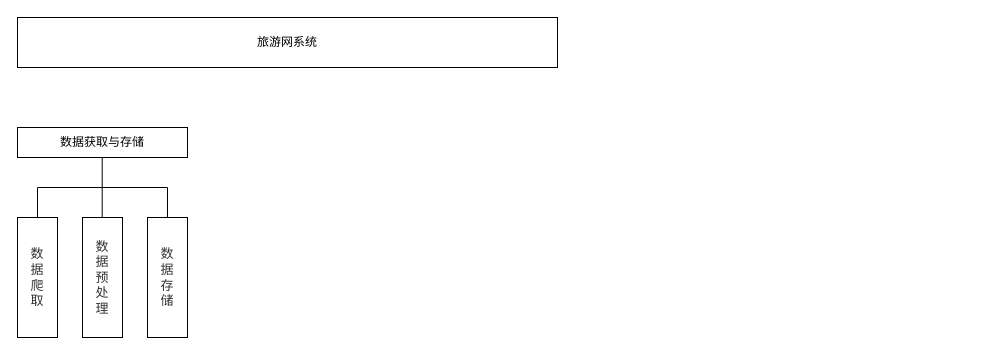
Above: 基于springboot旅游网系统设计.drawio in QingLianDuo/begraph (draw.io), before the change. Source tidied: cells renumbered, new cells numbered last; positions are measured from the earlier drawing's top-left corner, leaving out a move shared by most shapes. Both pictures are drawn from the tidied source at 100%, with x=0, y=0 at pixel (17, 17).
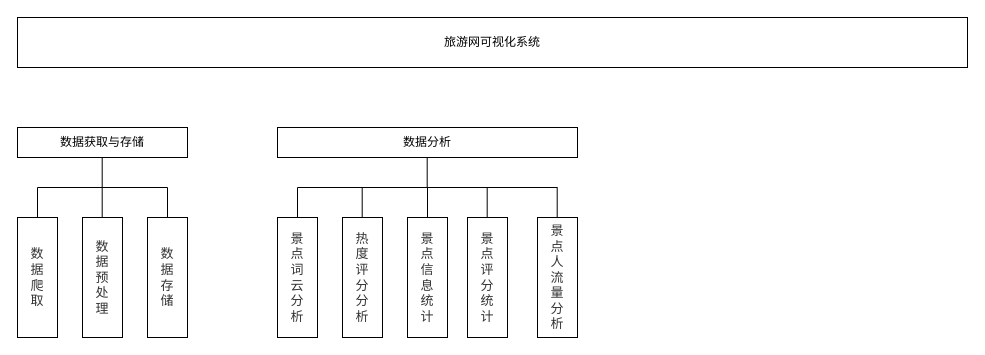
The same diagram, later.

Commit message (it also covers changes not shown here):
更新基于springboot旅游网系统设计.drawio

Diff of the diagram source:
```diff
@@
-    <mxCell id="2" value="旅游网系统" style="rounded=0;whiteSpace=wrap;html=1;" parent="1" vertex="1">
-      <mxGeometry width="540" height="50" as="geometry" />
+    <mxCell id="2" value="旅游网可视化系统" style="rounded=0;whiteSpace=wrap;html=1;" parent="1" vertex="1">
+      <mxGeometry width="950" height="50" as="geometry" />
     </mxCell>
@@
+    <mxCell id="12" value="数据分析" style="rounded=0;whiteSpace=wrap;html=1;" parent="1" vertex="1">
+      <mxGeometry x="260" y="110" width="300" height="30" as="geometry" />
+    </mxCell>
+    <mxCell id="13" value="&lt;div style=&quot;text-align: start;&quot;&gt;&lt;font face=&quot;Arial, sans-serif&quot; color=&quot;#333333&quot;&gt;&lt;span style=&quot;font-size: 13px; background-color: rgb(255, 255, 255);&quot;&gt;景&lt;/span&gt;&lt;/font&gt;&lt;/div&gt;&lt;div style=&quot;text-align: start;&quot;&gt;&lt;font face=&quot;Arial, sans-serif&quot; color=&quot;#333333&quot;&gt;&lt;span style=&quot;font-size: 13px; background-color: rgb(255, 255, 255);&quot;&gt;点&lt;/span&gt;&lt;/font&gt;&lt;/div&gt;&lt;div style=&quot;text-align: start;&quot;&gt;&lt;font face=&quot;Arial, sans-serif&quot; color=&quot;#333333&quot;&gt;&lt;span style=&quot;font-size: 13px; background-color: rgb(255, 255, 255);&quot;&gt;词&lt;/span&gt;&lt;/font&gt;&lt;/div&gt;&lt;div style=&quot;text-align: start;&quot;&gt;&lt;font face=&quot;Arial, sans-serif&quot; color=&quot;#333333&quot;&gt;&lt;span style=&quot;font-size: 13px; background-color: rgb(255, 255, 255);&quot;&gt;云&lt;/span&gt;&lt;/font&gt;&lt;/div&gt;&lt;div style=&quot;text-align: start;&quot;&gt;&lt;font face=&quot;Arial, sans-serif&quot; color=&quot;#333333&quot;&gt;&lt;span style=&quot;font-size: 13px; background-color: rgb(255, 255, 255);&quot;&gt;分&lt;/span&gt;&lt;/font&gt;&lt;/div&gt;&lt;div style=&quot;text-align: start;&quot;&gt;&lt;font face=&quot;Arial, sans-serif&quot; color=&quot;#333333&quot;&gt;&lt;span style=&quot;font-size: 13px; background-color: rgb(255, 255, 255);&quot;&gt;析&lt;/span&gt;&lt;/font&gt;&lt;/div&gt;" style="rounded=0;whiteSpace=wrap;html=1;" parent="1" vertex="1">
+      <mxGeometry x="260" y="200" width="40" height="120" as="geometry" />
+    </mxCell>
+    <mxCell id="14" value="&lt;div style=&quot;text-align: start;&quot;&gt;&lt;font face=&quot;Arial, sans-serif&quot; color=&quot;#333333&quot;&gt;&lt;span style=&quot;font-size: 13px; background-color: rgb(255, 255, 255);&quot;&gt;热&lt;/span&gt;&lt;/font&gt;&lt;/div&gt;&lt;div style=&quot;text-align: start;&quot;&gt;&lt;font face=&quot;Arial, sans-serif&quot; color=&quot;#333333&quot;&gt;&lt;span style=&quot;font-size: 13px; background-color: rgb(255, 255, 255);&quot;&gt;度&lt;/span&gt;&lt;/font&gt;&lt;/div&gt;&lt;div style=&quot;text-align: start;&quot;&gt;&lt;font face=&quot;Arial, sans-serif&quot; color=&quot;#333333&quot;&gt;&lt;span style=&quot;font-size: 13px; background-color: rgb(255, 255, 255);&quot;&gt;评&lt;/span&gt;&lt;/font&gt;&lt;/div&gt;&lt;div style=&quot;text-align: start;&quot;&gt;&lt;font face=&quot;Arial, sans-serif&quot; color=&quot;#333333&quot;&gt;&lt;span style=&quot;font-size: 13px; background-color: rgb(255, 255, 255);&quot;&gt;分&lt;/span&gt;&lt;/font&gt;&lt;/div&gt;&lt;div style=&quot;text-align: start;&quot;&gt;&lt;font face=&quot;Arial, sans-serif&quot; color=&quot;#333333&quot;&gt;&lt;span style=&quot;font-size: 13px; background-color: rgb(255, 255, 255);&quot;&gt;分&lt;/span&gt;&lt;/font&gt;&lt;/div&gt;&lt;div style=&quot;text-align: start;&quot;&gt;&lt;font face=&quot;Arial, sans-serif&quot; color=&quot;#333333&quot;&gt;&lt;span style=&quot;font-size: 13px; background-color: rgb(255, 255, 255);&quot;&gt;析&lt;/span&gt;&lt;/font&gt;&lt;/div&gt;" style="rounded=0;whiteSpace=wrap;html=1;" parent="1" vertex="1">
+      <mxGeometry x="325" y="200" width="40" height="120" as="geometry" />
+    </mxCell>
+    <mxCell id="15" value="&lt;div style=&quot;text-align: start;&quot;&gt;&lt;font face=&quot;Arial, sans-serif&quot; color=&quot;#333333&quot;&gt;&lt;span style=&quot;font-size: 13px; background-color: rgb(255, 255, 255);&quot;&gt;景&lt;/span&gt;&lt;/font&gt;&lt;/div&gt;&lt;div style=&quot;text-align: start;&quot;&gt;&lt;font face=&quot;Arial, sans-serif&quot; color=&quot;#333333&quot;&gt;&lt;span style=&quot;font-size: 13px; background-color: rgb(255, 255, 255);&quot;&gt;点&lt;/span&gt;&lt;/font&gt;&lt;/div&gt;&lt;div style=&quot;text-align: start;&quot;&gt;&lt;font face=&quot;Arial, sans-serif&quot; color=&quot;#333333&quot;&gt;&lt;span style=&quot;font-size: 13px; background-color: rgb(255, 255, 255);&quot;&gt;信&lt;/span&gt;&lt;/font&gt;&lt;/div&gt;&lt;div style=&quot;text-align: start;&quot;&gt;&lt;font face=&quot;Arial, sans-serif&quot; color=&quot;#333333&quot;&gt;&lt;span style=&quot;font-size: 13px; background-color: rgb(255, 255, 255);&quot;&gt;息&lt;/span&gt;&lt;/font&gt;&lt;/div&gt;&lt;div style=&quot;text-align: start;&quot;&gt;&lt;font face=&quot;Arial, sans-serif&quot; color=&quot;#333333&quot;&gt;&lt;span style=&quot;font-size: 13px; background-color: rgb(255, 255, 255);&quot;&gt;统&lt;/span&gt;&lt;/font&gt;&lt;/div&gt;&lt;div style=&quot;text-align: start;&quot;&gt;&lt;font face=&quot;Arial, sans-serif&quot; color=&quot;#333333&quot;&gt;&lt;span style=&quot;font-size: 13px; background-color: rgb(255, 255, 255);&quot;&gt;计&lt;/span&gt;&lt;/font&gt;&lt;/div&gt;" style="rounded=0;whiteSpace=wrap;html=1;" parent="1" vertex="1">
+      <mxGeometry x="390" y="200" width="40" height="120" as="geometry" />
+    </mxCell>
+    <mxCell id="16" style="endArrow=none;html=1;rounded=0;" parent="1" edge="1">
+      <mxGeometry relative="1" as="geometry">
+        <mxPoint x="280" y="170" as="sourcePoint" />
+        <mxPoint x="540" y="170" as="targetPoint" />
+      </mxGeometry>
+    </mxCell>
+    <mxCell id="17" style="endArrow=none;html=1;rounded=0;" parent="1" edge="1">
+      <mxGeometry relative="1" as="geometry">
+        <mxPoint x="409.7" y="170" as="sourcePoint" />
+        <mxPoint x="409.7" y="140" as="targetPoint" />
+      </mxGeometry>
+    </mxCell>
+    <mxCell id="18" style="endArrow=none;html=1;rounded=0;exitX=0.5;exitY=0;exitDx=0;exitDy=0;" parent="1" edge="1" source="13">
+      <mxGeometry relative="1" as="geometry">
+        <mxPoint x="280" y="170" as="targetPoint" />
+      </mxGeometry>
+    </mxCell>
+    <mxCell id="19" style="endArrow=none;html=1;rounded=0;" parent="1" edge="1" source="15">
+      <mxGeometry relative="1" as="geometry">
+        <mxPoint x="410" y="170" as="targetPoint" />
+      </mxGeometry>
+    </mxCell>
+    <mxCell id="20" style="endArrow=none;html=1;rounded=0;" parent="1" edge="1">
+      <mxGeometry relative="1" as="geometry">
+        <mxPoint x="344.7" y="200" as="sourcePoint" />
+        <mxPoint x="344.7" y="170" as="targetPoint" />
+      </mxGeometry>
+    </mxCell>
+    <mxCell id="21" value="&lt;div style=&quot;text-align: start;&quot;&gt;&lt;font face=&quot;Arial, sans-serif&quot; color=&quot;#333333&quot;&gt;&lt;span style=&quot;font-size: 13px; background-color: rgb(255, 255, 255);&quot;&gt;景&lt;/span&gt;&lt;/font&gt;&lt;/div&gt;&lt;div style=&quot;text-align: start;&quot;&gt;&lt;font face=&quot;Arial, sans-serif&quot; color=&quot;#333333&quot;&gt;&lt;span style=&quot;font-size: 13px; background-color: rgb(255, 255, 255);&quot;&gt;点&lt;/span&gt;&lt;/font&gt;&lt;/div&gt;&lt;div style=&quot;text-align: start;&quot;&gt;&lt;font face=&quot;Arial, sans-serif&quot; color=&quot;#333333&quot;&gt;&lt;span style=&quot;font-size: 13px; background-color: rgb(255, 255, 255);&quot;&gt;评&lt;/span&gt;&lt;/font&gt;&lt;/div&gt;&lt;div style=&quot;text-align: start;&quot;&gt;&lt;font face=&quot;Arial, sans-serif&quot; color=&quot;#333333&quot;&gt;&lt;span style=&quot;font-size: 13px; background-color: rgb(255, 255, 255);&quot;&gt;分&lt;/span&gt;&lt;/font&gt;&lt;/div&gt;&lt;div style=&quot;text-align: start;&quot;&gt;&lt;font face=&quot;Arial, sans-serif&quot; color=&quot;#333333&quot;&gt;&lt;span style=&quot;font-size: 13px; background-color: rgb(255, 255, 255);&quot;&gt;统&lt;/span&gt;&lt;/font&gt;&lt;/div&gt;&lt;div style=&quot;text-align: start;&quot;&gt;&lt;font face=&quot;Arial, sans-serif&quot; color=&quot;#333333&quot;&gt;&lt;span style=&quot;font-size: 13px; background-color: rgb(255, 255, 255);&quot;&gt;计&lt;/span&gt;&lt;/font&gt;&lt;/div&gt;" style="rounded=0;whiteSpace=wrap;html=1;" parent="1" vertex="1">
+      <mxGeometry x="450" y="200" width="40" height="120" as="geometry" />
+    </mxCell>
+    <mxCell id="22" value="&lt;div style=&quot;text-align: start;&quot;&gt;&lt;font face=&quot;Arial, sans-serif&quot; color=&quot;#333333&quot;&gt;&lt;span style=&quot;font-size: 13px; background-color: rgb(255, 255, 255);&quot;&gt;景&lt;/span&gt;&lt;/font&gt;&lt;/div&gt;&lt;div style=&quot;text-align: start;&quot;&gt;&lt;font face=&quot;Arial, sans-serif&quot; color=&quot;#333333&quot;&gt;&lt;span style=&quot;font-size: 13px; background-color: rgb(255, 255, 255);&quot;&gt;点&lt;/span&gt;&lt;/font&gt;&lt;/div&gt;&lt;div style=&quot;text-align: start;&quot;&gt;&lt;font face=&quot;Arial, sans-serif&quot; color=&quot;#333333&quot;&gt;&lt;span style=&quot;font-size: 13px; background-color: rgb(255, 255, 255);&quot;&gt;人&lt;/span&gt;&lt;/font&gt;&lt;/div&gt;&lt;div style=&quot;text-align: start;&quot;&gt;&lt;font face=&quot;Arial, sans-serif&quot; color=&quot;#333333&quot;&gt;&lt;span style=&quot;font-size: 13px; background-color: rgb(255, 255, 255);&quot;&gt;流&lt;/span&gt;&lt;/font&gt;&lt;/div&gt;&lt;div style=&quot;text-align: start;&quot;&gt;&lt;font face=&quot;Arial, sans-serif&quot; color=&quot;#333333&quot;&gt;&lt;span style=&quot;font-size: 13px; background-color: rgb(255, 255, 255);&quot;&gt;量&lt;/span&gt;&lt;/font&gt;&lt;/div&gt;&lt;div style=&quot;text-align: start;&quot;&gt;&lt;font face=&quot;Arial, sans-serif&quot; color=&quot;#333333&quot;&gt;&lt;span style=&quot;font-size: 13px; background-color: rgb(255, 255, 255);&quot;&gt;分&lt;/span&gt;&lt;/font&gt;&lt;/div&gt;&lt;div style=&quot;text-align: start;&quot;&gt;&lt;font face=&quot;Arial, sans-serif&quot; color=&quot;#333333&quot;&gt;&lt;span style=&quot;font-size: 13px; background-color: rgb(255, 255, 255);&quot;&gt;析&lt;/span&gt;&lt;/font&gt;&lt;/div&gt;" style="rounded=0;whiteSpace=wrap;html=1;" parent="1" vertex="1">
+      <mxGeometry x="520" y="200" width="40" height="120" as="geometry" />
+    </mxCell>
+    <mxCell id="23" style="endArrow=none;html=1;rounded=0;" parent="1" edge="1">
+      <mxGeometry relative="1" as="geometry">
+        <mxPoint x="469.7" y="200" as="sourcePoint" />
+        <mxPoint x="469.7" y="170" as="targetPoint" />
+      </mxGeometry>
+    </mxCell>
+    <mxCell id="24" style="endArrow=none;html=1;rounded=0;" parent="1" edge="1">
+      <mxGeometry relative="1" as="geometry">
+        <mxPoint x="539.7" y="200" as="sourcePoint" />
+        <mxPoint x="539.7" y="170" as="targetPoint" />
+      </mxGeometry>
+    </mxCell>
```
